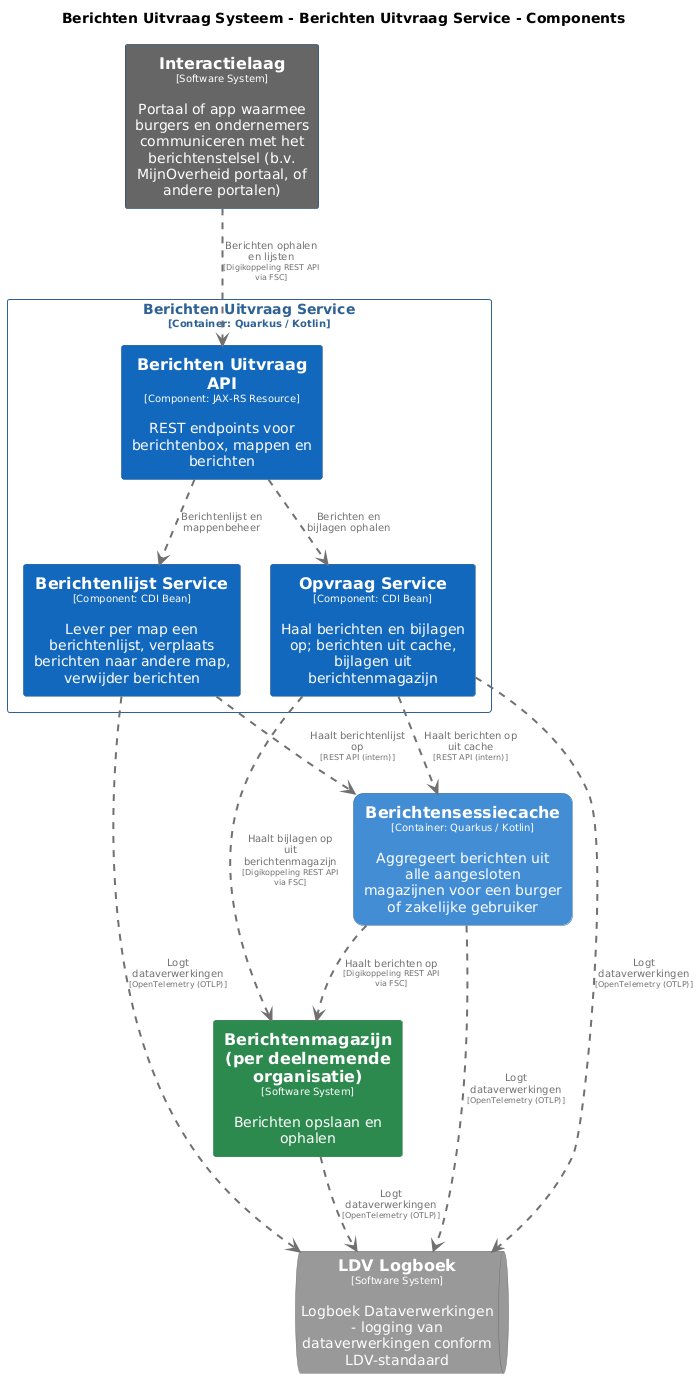
This is master/png/BerichtenUitvraagServiceComponenten.png from MinBZK/moza-poc-fbs-berichtenbox, a PlantUML export, as it was before one commit.
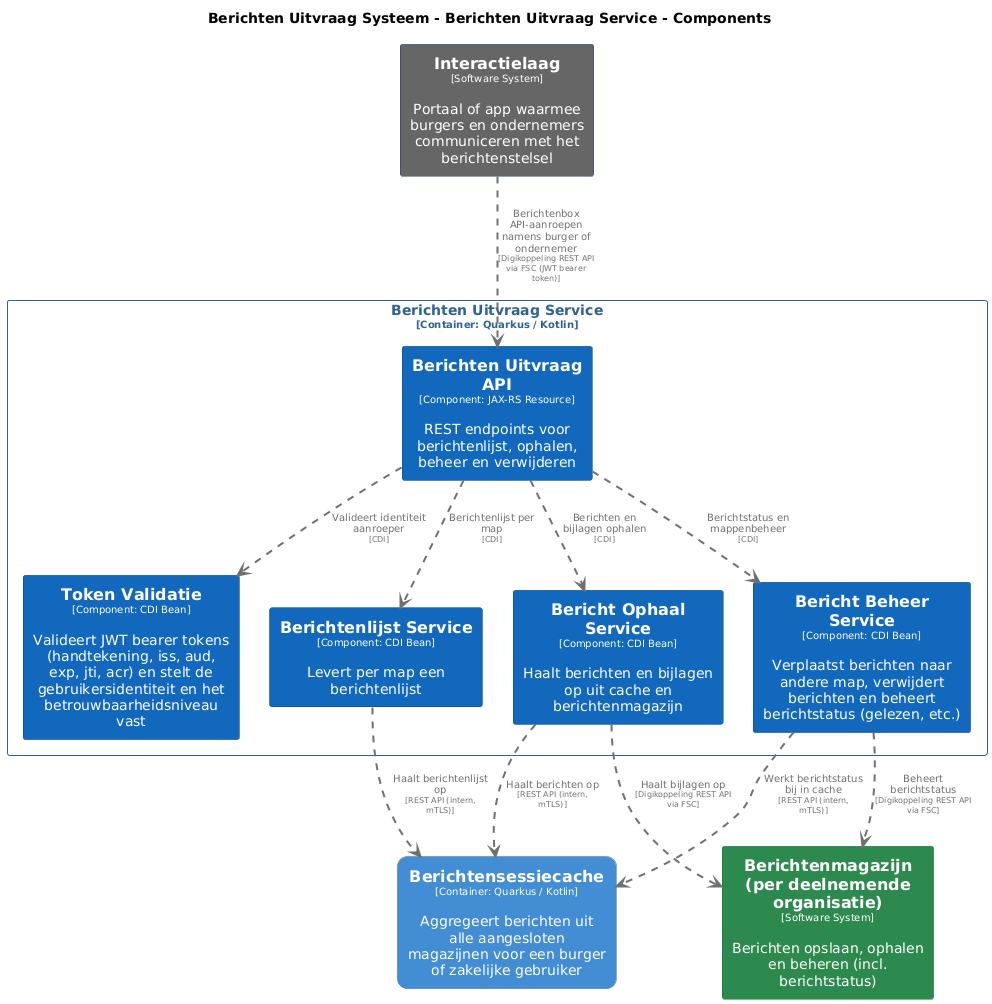
The same diagram one commit later.

Change to the diagram source:
```diff
@@ -15,6 +15,18 @@
 
 hide stereotype
 
+skinparam rectangle<<BerichtenUitvraagSysteem.BerichtenUitvraagService.BerichtBeheerService>> {
+  BackgroundColor #1168bd
+  FontColor #ffffff
+  BorderColor #0b4884
+  shadowing false
+}
+skinparam rectangle<<BerichtenUitvraagSysteem.BerichtenUitvraagService.BerichtOphaalService>> {
+  BackgroundColor #1168bd
+  FontColor #ffffff
+  BorderColor #0b4884
+  shadowing false
+}
 skinparam rectangle<<BerichtenUitvraagSysteem.BerichtenUitvraagService.BerichtenUitvraagAPI>> {
   BackgroundColor #1168bd
   FontColor #ffffff
@@ -46,13 +58,7 @@
   BorderColor #0b4884
   shadowing false
 }
-skinparam queue<<LDVLogboek>> {
-  BackgroundColor #999999
-  FontColor #ffffff
-  BorderColor #6b6b6b
-  shadowing false
-}
-skinparam rectangle<<BerichtenUitvraagSysteem.BerichtenUitvraagService.OpvraagService>> {
+skinparam rectangle<<BerichtenUitvraagSysteem.BerichtenUitvraagService.TokenValidatie>> {
   BackgroundColor #1168bd
   FontColor #ffffff
   BorderColor #0b4884
@@ -64,26 +70,26 @@
   shadowing false
 }
 
-rectangle "==Interactielaag\n<size:10>[Software System]</size>\n\nPortaal of app waarmee burgers en ondernemers communiceren met het berichtenstelsel (b.v. MijnOverheid portaal, of andere portalen)" <<Interactielaag>> as Interactielaag
-rectangle "==Berichtenmagazijn (per deelnemende organisatie)\n<size:10>[Software System]</size>\n\nBerichten opslaan en ophalen" <<Berichtenmagazijnperdeelnemendeorganisatie>> as Berichtenmagazijnperdeelnemendeorganisatie
+rectangle "==Interactielaag\n<size:10>[Software System]</size>\n\nPortaal of app waarmee burgers en ondernemers communiceren met het berichtenstelsel" <<Interactielaag>> as Interactielaag
+rectangle "==Berichtenmagazijn (per deelnemende organisatie)\n<size:10>[Software System]</size>\n\nBerichten opslaan, ophalen en beheren (incl. berichtstatus)" <<Berichtenmagazijnperdeelnemendeorganisatie>> as Berichtenmagazijnperdeelnemendeorganisatie
 rectangle "==Berichtensessiecache\n<size:10>[Container: Quarkus / Kotlin]</size>\n\nAggregeert berichten uit alle aangesloten magazijnen voor een burger of zakelijke gebruiker" <<BerichtenUitvraagSysteem.Berichtensessiecache>> as BerichtenUitvraagSysteem.Berichtensessiecache
-queue "==LDV Logboek\n<size:10>[Software System]</size>\n\nLogboek Dataverwerkingen - logging van dataverwerkingen conform LDV-standaard" <<LDVLogboek>> as LDVLogboek
 
 rectangle "Berichten Uitvraag Service\n<size:10>[Container: Quarkus / Kotlin]</size>" <<BerichtenUitvraagSysteem.BerichtenUitvraagService>> {
-  rectangle "==Berichten Uitvraag API\n<size:10>[Component: JAX-RS Resource]</size>\n\nREST endpoints voor berichtenbox, mappen en berichten" <<BerichtenUitvraagSysteem.BerichtenUitvraagService.BerichtenUitvraagAPI>> as BerichtenUitvraagSysteem.BerichtenUitvraagService.BerichtenUitvraagAPI
-  rectangle "==Berichtenlijst Service\n<size:10>[Component: CDI Bean]</size>\n\nLever per map een berichtenlijst, verplaats berichten naar andere map, verwijder berichten" <<BerichtenUitvraagSysteem.BerichtenUitvraagService.BerichtenlijstService>> as BerichtenUitvraagSysteem.BerichtenUitvraagService.BerichtenlijstService
-  rectangle "==Opvraag Service\n<size:10>[Component: CDI Bean]</size>\n\nHaal berichten en bijlagen op; berichten uit cache, bijlagen uit berichtenmagazijn" <<BerichtenUitvraagSysteem.BerichtenUitvraagService.OpvraagService>> as BerichtenUitvraagSysteem.BerichtenUitvraagService.OpvraagService
+  rectangle "==Berichten Uitvraag API\n<size:10>[Component: JAX-RS Resource]</size>\n\nREST endpoints voor berichtenlijst, ophalen, beheer en verwijderen" <<BerichtenUitvraagSysteem.BerichtenUitvraagService.BerichtenUitvraagAPI>> as BerichtenUitvraagSysteem.BerichtenUitvraagService.BerichtenUitvraagAPI
+  rectangle "==Token Validatie\n<size:10>[Component: CDI Bean]</size>\n\nValideert JWT bearer tokens (handtekening, iss, aud, exp, jti, acr) en stelt de gebruikersidentiteit en het betrouwbaarheidsniveau vast" <<BerichtenUitvraagSysteem.BerichtenUitvraagService.TokenValidatie>> as BerichtenUitvraagSysteem.BerichtenUitvraagService.TokenValidatie
+  rectangle "==Berichtenlijst Service\n<size:10>[Component: CDI Bean]</size>\n\nLevert per map een berichtenlijst" <<BerichtenUitvraagSysteem.BerichtenUitvraagService.BerichtenlijstService>> as BerichtenUitvraagSysteem.BerichtenUitvraagService.BerichtenlijstService
+  rectangle "==Bericht Ophaal Service\n<size:10>[Component: CDI Bean]</size>\n\nHaalt berichten en bijlagen op uit cache en berichtenmagazijn" <<BerichtenUitvraagSysteem.BerichtenUitvraagService.BerichtOphaalService>> as BerichtenUitvraagSysteem.BerichtenUitvraagService.BerichtOphaalService
+  rectangle "==Bericht Beheer Service\n<size:10>[Component: CDI Bean]</size>\n\nVerplaatst berichten naar andere map, verwijdert berichten en beheert berichtstatus (gelezen, etc.)" <<BerichtenUitvraagSysteem.BerichtenUitvraagService.BerichtBeheerService>> as BerichtenUitvraagSysteem.BerichtenUitvraagService.BerichtBeheerService
 }
 
-BerichtenUitvraagSysteem.Berichtensessiecache .[#707070,thickness=2].> LDVLogboek : "<color:#707070>Logt dataverwerkingen\n<color:#707070><size:8>[OpenTelemetry (OTLP)]</size>"
-BerichtenUitvraagSysteem.BerichtenUitvraagService.BerichtenlijstService .[#707070,thickness=2].> LDVLogboek : "<color:#707070>Logt dataverwerkingen\n<color:#707070><size:8>[OpenTelemetry (OTLP)]</size>"
-BerichtenUitvraagSysteem.BerichtenUitvraagService.OpvraagService .[#707070,thickness=2].> LDVLogboek : "<color:#707070>Logt dataverwerkingen\n<color:#707070><size:8>[OpenTelemetry (OTLP)]</size>"
-BerichtenUitvraagSysteem.BerichtenUitvraagService.BerichtenUitvraagAPI .[#707070,thickness=2].> BerichtenUitvraagSysteem.BerichtenUitvraagService.BerichtenlijstService : "<color:#707070>Berichtenlijst en mappenbeheer"
-BerichtenUitvraagSysteem.BerichtenUitvraagService.BerichtenUitvraagAPI .[#707070,thickness=2].> BerichtenUitvraagSysteem.BerichtenUitvraagService.OpvraagService : "<color:#707070>Berichten en bijlagen ophalen"
-BerichtenUitvraagSysteem.BerichtenUitvraagService.OpvraagService .[#707070,thickness=2].> BerichtenUitvraagSysteem.Berichtensessiecache : "<color:#707070>Haalt berichten op uit cache\n<color:#707070><size:8>[REST API (intern)]</size>"
-BerichtenUitvraagSysteem.BerichtenUitvraagService.BerichtenlijstService .[#707070,thickness=2].> BerichtenUitvraagSysteem.Berichtensessiecache : "<color:#707070>Haalt berichtenlijst op\n<color:#707070><size:8>[REST API (intern)]</size>"
-Interactielaag .[#707070,thickness=2].> BerichtenUitvraagSysteem.BerichtenUitvraagService.BerichtenUitvraagAPI : "<color:#707070>Berichten ophalen en lijsten\n<color:#707070><size:8>[Digikoppeling REST API via FSC]</size>"
-BerichtenUitvraagSysteem.BerichtenUitvraagService.OpvraagService .[#707070,thickness=2].> Berichtenmagazijnperdeelnemendeorganisatie : "<color:#707070>Haalt bijlagen op uit berichtenmagazijn\n<color:#707070><size:8>[Digikoppeling REST API via FSC]</size>"
-BerichtenUitvraagSysteem.Berichtensessiecache .[#707070,thickness=2].> Berichtenmagazijnperdeelnemendeorganisatie : "<color:#707070>Haalt berichten op\n<color:#707070><size:8>[Digikoppeling REST API via FSC]</size>"
-Berichtenmagazijnperdeelnemendeorganisatie .[#707070,thickness=2].> LDVLogboek : "<color:#707070>Logt dataverwerkingen\n<color:#707070><size:8>[OpenTelemetry (OTLP)]</size>"
+BerichtenUitvraagSysteem.BerichtenUitvraagService.BerichtenUitvraagAPI .[#707070,thickness=2].> BerichtenUitvraagSysteem.BerichtenUitvraagService.TokenValidatie : "<color:#707070>Valideert identiteit aanroeper\n<color:#707070><size:8>[CDI]</size>"
+BerichtenUitvraagSysteem.BerichtenUitvraagService.BerichtenUitvraagAPI .[#707070,thickness=2].> BerichtenUitvraagSysteem.BerichtenUitvraagService.BerichtenlijstService : "<color:#707070>Berichtenlijst per map\n<color:#707070><size:8>[CDI]</size>"
+BerichtenUitvraagSysteem.BerichtenUitvraagService.BerichtenUitvraagAPI .[#707070,thickness=2].> BerichtenUitvraagSysteem.BerichtenUitvraagService.BerichtOphaalService : "<color:#707070>Berichten en bijlagen ophalen\n<color:#707070><size:8>[CDI]</size>"
+BerichtenUitvraagSysteem.BerichtenUitvraagService.BerichtenUitvraagAPI .[#707070,thickness=2].> BerichtenUitvraagSysteem.BerichtenUitvraagService.BerichtBeheerService : "<color:#707070>Berichtstatus en mappenbeheer\n<color:#707070><size:8>[CDI]</size>"
+BerichtenUitvraagSysteem.BerichtenUitvraagService.BerichtOphaalService .[#707070,thickness=2].> BerichtenUitvraagSysteem.Berichtensessiecache : "<color:#707070>Haalt berichten op\n<color:#707070><size:8>[REST API (intern, mTLS)]</size>"
+BerichtenUitvraagSysteem.BerichtenUitvraagService.BerichtenlijstService .[#707070,thickness=2].> BerichtenUitvraagSysteem.Berichtensessiecache : "<color:#707070>Haalt berichtenlijst op\n<color:#707070><size:8>[REST API (intern, mTLS)]</size>"
+BerichtenUitvraagSysteem.BerichtenUitvraagService.BerichtBeheerService .[#707070,thickness=2].> BerichtenUitvraagSysteem.Berichtensessiecache : "<color:#707070>Werkt berichtstatus bij in cache\n<color:#707070><size:8>[REST API (intern, mTLS)]</size>"
+Interactielaag .[#707070,thickness=2].> BerichtenUitvraagSysteem.BerichtenUitvraagService.BerichtenUitvraagAPI : "<color:#707070>Berichtenbox API-aanroepen namens burger of ondernemer\n<color:#707070><size:8>[Digikoppeling REST API via FSC (JWT bearer token)]</size>"
+BerichtenUitvraagSysteem.BerichtenUitvraagService.BerichtOphaalService .[#707070,thickness=2].> Berichtenmagazijnperdeelnemendeorganisatie : "<color:#707070>Haalt bijlagen op\n<color:#707070><size:8>[Digikoppeling REST API via FSC]</size>"
+BerichtenUitvraagSysteem.BerichtenUitvraagService.BerichtBeheerService .[#707070,thickness=2].> Berichtenmagazijnperdeelnemendeorganisatie : "<color:#707070>Beheert berichtstatus\n<color:#707070><size:8>[Digikoppeling REST API via FSC]</size>"
 @enduml
```
